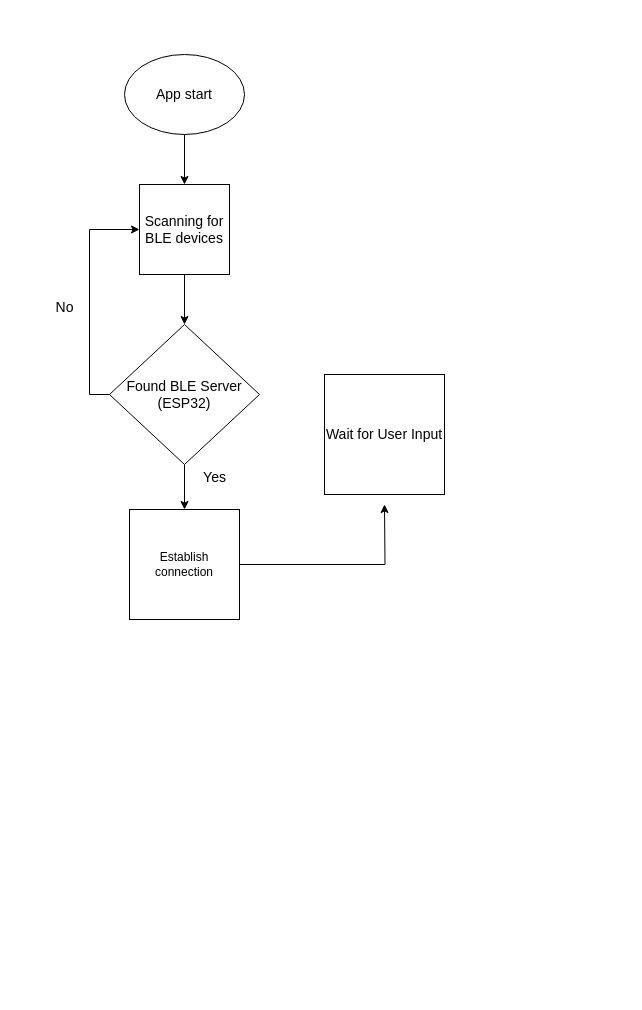
This is software_overview.drawio from herbertbruyn/ECE477_HydraWise, a draw.io file, before an edit. Source tidied: cells renumbered, new cells numbered last; positions are measured from the earlier drawing's top-left corner, leaving out a move shared by most shapes. Both pictures are drawn from the tidied source at 100%, with x=0, y=0 at pixel (44, 54).
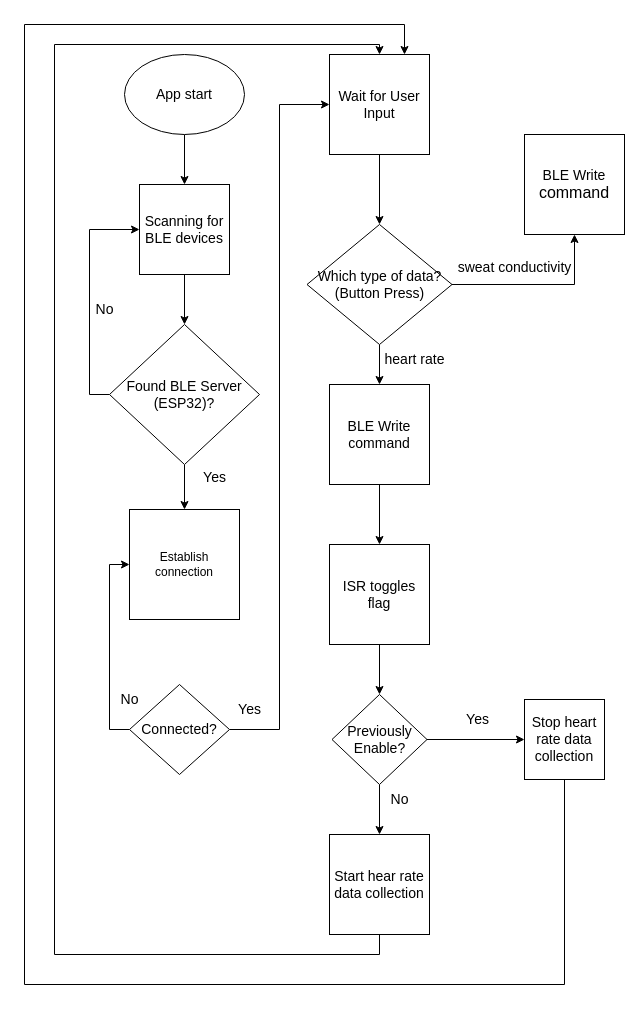
The same page after the edit.

Unchanged cells that the change refers to:
```xml
<mxCell id="11" value="Establish connection" style="whiteSpace=wrap;html=1;" parent="1" vertex="1">
  <mxGeometry x="85" y="455" width="110" height="110" as="geometry" />
</mxCell>
```

The edit, as a diff of the source:
```diff
@@
-    <mxCell id="8" value="&lt;font style=&quot;font-size: 14px;&quot;&gt;Found BLE Server (ESP32)&lt;/font&gt;" style="rhombus;whiteSpace=wrap;html=1;" parent="1" vertex="1">
+    <mxCell id="8" value="&lt;font style=&quot;font-size: 14px;&quot;&gt;Found BLE Server (ESP32)?&lt;/font&gt;" style="rhombus;whiteSpace=wrap;html=1;" parent="1" vertex="1">
       <mxGeometry x="65" y="270" width="150" height="140" as="geometry" />
     </mxCell>
     <mxCell id="9" value="&lt;font style=&quot;font-size: 14px;&quot;&gt;No&lt;/font&gt;" style="text;html=1;align=center;verticalAlign=middle;strokeColor=none;fillColor=none;" parent="1" vertex="1">
-      <mxGeometry y="238" width="40" height="30" as="geometry" />
+      <mxGeometry x="40" y="240" width="40" height="30" as="geometry" />
     </mxCell>
-    <mxCell id="10" style="edgeStyle=orthogonalEdgeStyle;rounded=0;jettySize=auto;html=1;exitX=1;exitY=0.5;exitDx=0;exitDy=0;" parent="1" edge="1" source="11">
-      <mxGeometry relative="1" as="geometry">
-        <mxPoint x="340" y="450" as="targetPoint" />
-      </mxGeometry>
-    </mxCell>
@@
+    <mxCell id="14" style="edgeStyle=orthogonalEdgeStyle;rounded=0;jettySize=auto;html=1;" parent="1" edge="1" source="12" target="22">
+      <mxGeometry relative="1" as="geometry" />
+    </mxCell>
     <mxCell id="12" value="&lt;font style=&quot;font-size: 14px;&quot;&gt;Wait for User Input&lt;/font&gt;" style="whiteSpace=wrap;html=1;" parent="1" vertex="1">
-      <mxGeometry x="280" y="320" width="120" height="120" as="geometry" />
+      <mxGeometry x="285" width="100" height="100" as="geometry" />
     </mxCell>
@@
+    <mxCell id="15" style="edgeStyle=orthogonalEdgeStyle;rounded=0;jettySize=auto;html=1;exitX=0;exitY=0.5;exitDx=0;exitDy=0;entryX=0;entryY=0.5;entryDx=0;entryDy=0;" parent="1" edge="1" source="17" target="11">
+      <mxGeometry relative="1" as="geometry" />
+    </mxCell>
+    <mxCell id="16" style="edgeStyle=orthogonalEdgeStyle;rounded=0;jettySize=auto;html=1;exitX=1;exitY=0.5;exitDx=0;exitDy=0;entryX=0;entryY=0.5;entryDx=0;entryDy=0;" parent="1" edge="1" source="17" target="12">
+      <mxGeometry relative="1" as="geometry" />
+    </mxCell>
+    <mxCell id="17" value="&lt;font style=&quot;font-size: 14px;&quot;&gt;Connected?&lt;/font&gt;" style="rhombus;whiteSpace=wrap;html=1;" parent="1" vertex="1">
+      <mxGeometry x="85" y="630" width="100" height="90" as="geometry" />
+    </mxCell>
+    <mxCell id="18" value="&lt;font style=&quot;font-size: 14px;&quot;&gt;No&lt;/font&gt;" style="text;html=1;align=center;verticalAlign=middle;strokeColor=none;fillColor=none;" parent="1" vertex="1">
+      <mxGeometry x="65" y="630" width="40" height="30" as="geometry" />
+    </mxCell>
+    <mxCell id="19" value="&lt;font style=&quot;font-size: 14px;&quot;&gt;Yes&lt;/font&gt;" style="text;html=1;align=center;verticalAlign=middle;strokeColor=none;fillColor=none;" parent="1" vertex="1">
+      <mxGeometry x="180" y="640" width="50" height="30" as="geometry" />
+    </mxCell>
+    <mxCell id="20" style="edgeStyle=orthogonalEdgeStyle;rounded=0;jettySize=auto;html=1;exitX=0.5;exitY=1;exitDx=0;exitDy=0;entryX=0.5;entryY=0;entryDx=0;entryDy=0;" parent="1" edge="1" source="22" target="24">
+      <mxGeometry relative="1" as="geometry" />
+    </mxCell>
+    <mxCell id="21" style="edgeStyle=orthogonalEdgeStyle;rounded=0;jettySize=auto;html=1;exitX=1;exitY=0.5;exitDx=0;exitDy=0;entryX=0.5;entryY=1;entryDx=0;entryDy=0;" parent="1" edge="1" source="22" target="26">
+      <mxGeometry relative="1" as="geometry" />
+    </mxCell>
+    <mxCell id="22" value="&lt;font style=&quot;font-size: 14px;&quot;&gt;Which type of data?&lt;/font&gt;&lt;div&gt;&lt;font style=&quot;font-size: 14px;&quot;&gt;(Button Press)&lt;/font&gt;&lt;/div&gt;" style="rhombus;whiteSpace=wrap;html=1;" parent="1" vertex="1">
+      <mxGeometry x="262.5" y="170" width="145" height="120" as="geometry" />
+    </mxCell>
+    <mxCell id="23" style="edgeStyle=orthogonalEdgeStyle;rounded=0;jettySize=auto;html=1;exitX=0.5;exitY=1;exitDx=0;exitDy=0;entryX=0.5;entryY=0;entryDx=0;entryDy=0;" parent="1" edge="1" source="24" target="29">
+      <mxGeometry relative="1" as="geometry" />
+    </mxCell>
+    <mxCell id="24" value="&lt;font style=&quot;font-size: 14px;&quot;&gt;BLE Write command&lt;/font&gt;" style="whiteSpace=wrap;html=1;" parent="1" vertex="1">
+      <mxGeometry x="285" y="330" width="100" height="100" as="geometry" />
+    </mxCell>
+    <mxCell id="25" value="&lt;font style=&quot;font-size: 14px;&quot;&gt;heart rate&lt;/font&gt;" style="text;html=1;align=center;verticalAlign=middle;strokeColor=none;fillColor=none;" parent="1" vertex="1">
+      <mxGeometry x="330" y="290" width="80" height="30" as="geometry" />
+    </mxCell>
+    <mxCell id="26" value="&lt;font style=&quot;font-size: 14px;&quot;&gt;BLE Write&lt;/font&gt;&lt;div&gt;&lt;font size=&quot;3&quot;&gt;command&lt;/font&gt;&lt;/div&gt;" style="whiteSpace=wrap;html=1;" parent="1" vertex="1">
+      <mxGeometry x="480" y="80" width="100" height="100" as="geometry" />
+    </mxCell>
+    <mxCell id="27" value="&lt;font style=&quot;font-size: 14px;&quot;&gt;sweat conductivity&lt;/font&gt;" style="text;html=1;align=center;verticalAlign=middle;strokeColor=none;fillColor=none;" parent="1" vertex="1">
+      <mxGeometry x="400" y="198" width="140" height="30" as="geometry" />
+    </mxCell>
+    <mxCell id="28" style="edgeStyle=orthogonalEdgeStyle;rounded=0;jettySize=auto;html=1;exitX=0.5;exitY=1;exitDx=0;exitDy=0;entryX=0.5;entryY=0;entryDx=0;entryDy=0;" parent="1" edge="1" source="29" target="34">
+      <mxGeometry relative="1" as="geometry" />
+    </mxCell>
+    <mxCell id="29" value="&lt;font style=&quot;font-size: 14px;&quot;&gt;ISR toggles flag&lt;/font&gt;" style="whiteSpace=wrap;html=1;" parent="1" vertex="1">
+      <mxGeometry x="285" y="490" width="100" height="100" as="geometry" />
+    </mxCell>
+    <mxCell id="30" style="edgeStyle=orthogonalEdgeStyle;rounded=0;jettySize=auto;html=1;exitX=0.5;exitY=1;exitDx=0;exitDy=0;entryX=0.5;entryY=0;entryDx=0;entryDy=0;" parent="1" edge="1" source="31" target="12">
+      <mxGeometry relative="1" as="geometry">
+        <Array as="points">
+          <mxPoint x="335" y="900" />
+          <mxPoint x="10" y="900" />
+          <mxPoint x="10" y="-10" />
+          <mxPoint x="335" y="-10" />
+        </Array>
+      </mxGeometry>
+    </mxCell>
+    <mxCell id="31" value="&lt;span style=&quot;font-size: 14px;&quot;&gt;Start hear rate data collection&lt;/span&gt;" style="whiteSpace=wrap;html=1;" parent="1" vertex="1">
+      <mxGeometry x="285" y="780" width="100" height="100" as="geometry" />
+    </mxCell>
+    <mxCell id="32" style="edgeStyle=orthogonalEdgeStyle;rounded=0;jettySize=auto;html=1;exitX=0.5;exitY=1;exitDx=0;exitDy=0;entryX=0.5;entryY=0;entryDx=0;entryDy=0;" parent="1" edge="1" source="34" target="31">
+      <mxGeometry relative="1" as="geometry" />
+    </mxCell>
+    <mxCell id="33" style="edgeStyle=orthogonalEdgeStyle;rounded=0;jettySize=auto;html=1;exitX=1;exitY=0.5;exitDx=0;exitDy=0;entryX=0;entryY=0.5;entryDx=0;entryDy=0;" parent="1" edge="1" source="34" target="37">
+      <mxGeometry relative="1" as="geometry" />
+    </mxCell>
+    <mxCell id="34" value="&lt;font style=&quot;font-size: 14px;&quot;&gt;Previously Enable?&lt;/font&gt;" style="rhombus;whiteSpace=wrap;html=1;" parent="1" vertex="1">
+      <mxGeometry x="287.5" y="640" width="95" height="90" as="geometry" />
+    </mxCell>
+    <mxCell id="35" value="&lt;font style=&quot;font-size: 14px;&quot;&gt;No&lt;/font&gt;" style="text;html=1;align=center;verticalAlign=middle;strokeColor=none;fillColor=none;" parent="1" vertex="1">
+      <mxGeometry x="335" y="730" width="40" height="30" as="geometry" />
+    </mxCell>
+    <mxCell id="36" style="edgeStyle=orthogonalEdgeStyle;rounded=0;jettySize=auto;html=1;exitX=0.5;exitY=1;exitDx=0;exitDy=0;entryX=0.75;entryY=0;entryDx=0;entryDy=0;" parent="1" edge="1" source="37" target="12">
+      <mxGeometry relative="1" as="geometry">
+        <Array as="points">
+          <mxPoint x="520" y="930" />
+          <mxPoint x="-20" y="930" />
+          <mxPoint x="-20" y="-30" />
+          <mxPoint x="360" y="-30" />
+        </Array>
+      </mxGeometry>
+    </mxCell>
+    <mxCell id="37" value="&lt;font style=&quot;font-size: 14px;&quot;&gt;Stop heart rate data collection&lt;/font&gt;" style="whiteSpace=wrap;html=1;" parent="1" vertex="1">
+      <mxGeometry x="480" y="645" width="80" height="80" as="geometry" />
+    </mxCell>
+    <mxCell id="38" value="&lt;font style=&quot;font-size: 14px;&quot;&gt;Yes&lt;/font&gt;" style="text;html=1;align=center;verticalAlign=middle;strokeColor=none;fillColor=none;" parent="1" vertex="1">
+      <mxGeometry x="407.5" y="650" width="50" height="30" as="geometry" />
+    </mxCell>
```
